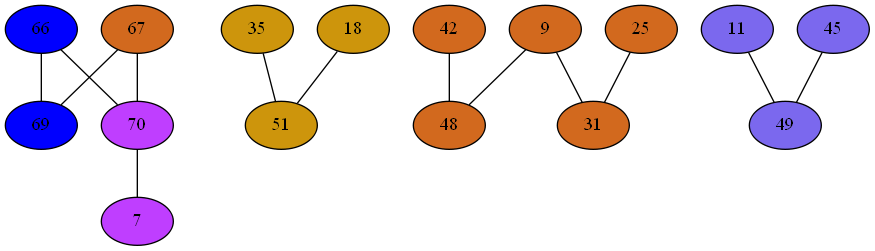
Above: Compiler/11phiGraph.png in mbajaj92/Project-Astoria (Graphviz), before the change. Its source is kept beside it as Compiler/11phiGraph.dot. Its diagram source:
```dot
strict graph {
66[label="66" style=filled fillcolor="blue1"];
66 -- 69
66 -- 70
67[label="67" style=filled fillcolor="chocolate"];
67 -- 69
67 -- 70
35[label="35" style=filled fillcolor="darkgoldenrod3"];
35 -- 51
69[label="69" style=filled fillcolor="blue1"];
69 -- 66
69 -- 67
70[label="70" style=filled fillcolor="darkorchid1"];
70 -- 66
70 -- 67
70 -- 7
7[label="7" style=filled fillcolor="darkorchid1"];
7 -- 70
9[label="9" style=filled fillcolor="chocolate"];
9 -- 48
9 -- 31
42[label="42" style=filled fillcolor="chocolate"];
42 -- 48
11[label="11" style=filled fillcolor="mediumslateblue"];
11 -- 49
45[label="45" style=filled fillcolor="mediumslateblue"];
45 -- 49
48[label="48" style=filled fillcolor="chocolate"];
48 -- 9
48 -- 42
49[label="49" style=filled fillcolor="mediumslateblue"];
49 -- 11
49 -- 45
18[label="18" style=filled fillcolor="darkgoldenrod3"];
18 -- 51
51[label="51" style=filled fillcolor="darkgoldenrod3"];
51 -- 18
51 -- 35
25[label="25" style=filled fillcolor="chocolate"];
25 -- 31
31[label="31" style=filled fillcolor="chocolate"];
31 -- 9
31 -- 25
}
```
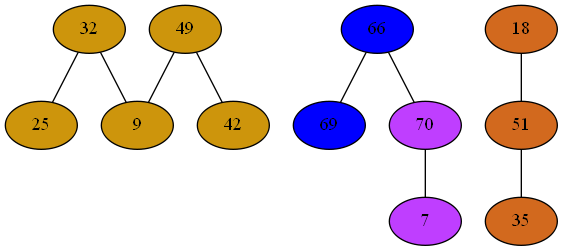
The same file after the commit.

What changed in the source:
```diff
@@ -1,44 +1,32 @@
 strict graph {
+32[label="32" style=filled fillcolor="darkgoldenrod3"];
+32 -- 9
+32 -- 25
+49[label="49" style=filled fillcolor="darkgoldenrod3"];
+49 -- 9
+49 -- 42
 66[label="66" style=filled fillcolor="blue1"];
 66 -- 69
 66 -- 70
-67[label="67" style=filled fillcolor="chocolate"];
-67 -- 69
-67 -- 70
-35[label="35" style=filled fillcolor="darkgoldenrod3"];
+18[label="18" style=filled fillcolor="chocolate"];
+18 -- 51
+51[label="51" style=filled fillcolor="chocolate"];
+51 -- 18
+51 -- 35
+35[label="35" style=filled fillcolor="chocolate"];
 35 -- 51
 69[label="69" style=filled fillcolor="blue1"];
 69 -- 66
-69 -- 67
 70[label="70" style=filled fillcolor="darkorchid1"];
 70 -- 66
-70 -- 67
 70 -- 7
 7[label="7" style=filled fillcolor="darkorchid1"];
 7 -- 70
-9[label="9" style=filled fillcolor="chocolate"];
-9 -- 48
-9 -- 31
-42[label="42" style=filled fillcolor="chocolate"];
-42 -- 48
-11[label="11" style=filled fillcolor="mediumslateblue"];
-11 -- 49
-45[label="45" style=filled fillcolor="mediumslateblue"];
-45 -- 49
-48[label="48" style=filled fillcolor="chocolate"];
-48 -- 9
-48 -- 42
-49[label="49" style=filled fillcolor="mediumslateblue"];
-49 -- 11
-49 -- 45
-18[label="18" style=filled fillcolor="darkgoldenrod3"];
-18 -- 51
-51[label="51" style=filled fillcolor="darkgoldenrod3"];
-51 -- 18
-51 -- 35
-25[label="25" style=filled fillcolor="chocolate"];
-25 -- 31
-31[label="31" style=filled fillcolor="chocolate"];
-31 -- 9
-31 -- 25
+9[label="9" style=filled fillcolor="darkgoldenrod3"];
+9 -- 32
+9 -- 49
+25[label="25" style=filled fillcolor="darkgoldenrod3"];
+25 -- 32
+42[label="42" style=filled fillcolor="darkgoldenrod3"];
+42 -- 49
 }
```
